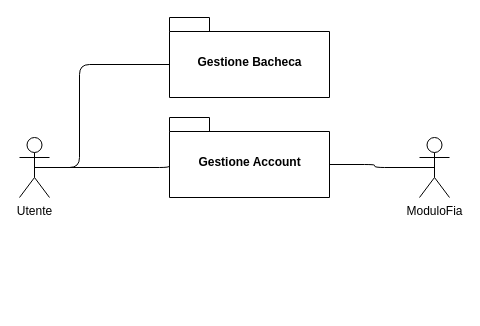
This is page "VIsuale d'insieme" (3 of 3) of Schemi/RAD/DiagrammiUseCaseModel.drawio from EmmanuelEngineer/E.M.A.A., a draw.io file, before an edit. Source tidied: cells renumbered, new cells numbered last; positions are measured from the earlier drawing's top-left corner, leaving out a move shared by most shapes. Both pictures are drawn from the tidied source at 100%, with x=0, y=0 at pixel (19, 17).
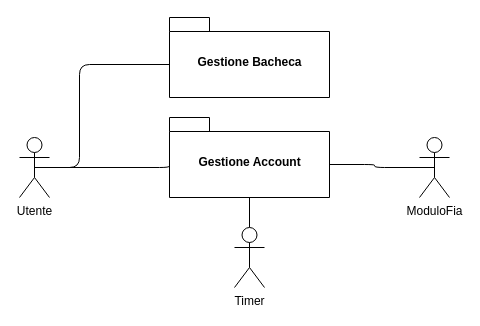
After the change.

The edit, as a diff of the source:
```diff
@@
 <mxGraphModel>
   <root>
     <mxCell id="0" />
     <mxCell id="1" parent="0" />
     <mxCell id="2" value="Utente" style="shape=umlActor;verticalLabelPosition=bottom;verticalAlign=top;html=1;outlineConnect=0;" parent="1" vertex="1">
       <mxGeometry y="120" width="30" height="60" as="geometry" />
     </mxCell>
     <mxCell id="3" style="edgeStyle=orthogonalEdgeStyle;rounded=1;jettySize=auto;html=1;exitX=0;exitY=0;exitDx=0;exitDy=47;exitPerimeter=0;entryX=0.5;entryY=0.5;entryDx=0;entryDy=0;entryPerimeter=0;endArrow=none;endFill=0;" parent="1" edge="1" source="4" target="2">
       <mxGeometry relative="1" as="geometry">
         <Array as="points">
           <mxPoint x="60" y="47" />
           <mxPoint x="60" y="150" />
         </Array>
       </mxGeometry>
     </mxCell>
     <mxCell id="4" value="Gestione Bacheca" style="shape=folder;fontStyle=1;spacingTop=10;tabWidth=40;tabHeight=14;tabPosition=left;html=1;" parent="1" vertex="1">
       <mxGeometry x="150" width="160" height="80" as="geometry" />
     </mxCell>
     <mxCell id="5" style="edgeStyle=orthogonalEdgeStyle;rounded=1;jettySize=auto;html=1;exitX=0;exitY=0;exitDx=0;exitDy=47;exitPerimeter=0;entryX=0.5;entryY=0.5;entryDx=0;entryDy=0;entryPerimeter=0;endArrow=none;endFill=0;" parent="1" edge="1" source="6" target="2">
       <mxGeometry relative="1" as="geometry">
         <Array as="points">
           <mxPoint x="150" y="150" />
         </Array>
       </mxGeometry>
     </mxCell>
     <mxCell id="6" value="Gestione Account" style="shape=folder;fontStyle=1;spacingTop=10;tabWidth=40;tabHeight=14;tabPosition=left;html=1;" parent="1" vertex="1">
       <mxGeometry x="150" y="100" width="160" height="80" as="geometry" />
     </mxCell>
     <mxCell id="7" style="edgeStyle=orthogonalEdgeStyle;rounded=1;jettySize=auto;html=1;exitX=0.5;exitY=0.5;exitDx=0;exitDy=0;exitPerimeter=0;entryX=0;entryY=0;entryDx=160;entryDy=47;entryPerimeter=0;endArrow=none;endFill=0;" parent="1" edge="1" source="8" target="6">
       <mxGeometry relative="1" as="geometry" />
     </mxCell>
     <mxCell id="8" value="ModuloFia" style="shape=umlActor;verticalLabelPosition=bottom;verticalAlign=top;html=1;outlineConnect=0;" parent="1" vertex="1">
       <mxGeometry x="400" y="120" width="30" height="60" as="geometry" />
     </mxCell>
+    <mxCell id="9" style="edgeStyle=orthogonalEdgeStyle;rounded=0;jettySize=auto;html=1;exitX=0.5;exitY=0;exitDx=0;exitDy=0;exitPerimeter=0;endArrow=none;endFill=0;" parent="1" edge="1" source="10" target="6">
+      <mxGeometry relative="1" as="geometry" />
+    </mxCell>
+    <mxCell id="10" value="Timer" style="shape=umlActor;verticalLabelPosition=bottom;verticalAlign=top;html=1;outlineConnect=0;" parent="1" vertex="1">
+      <mxGeometry x="215" y="210" width="30" height="60" as="geometry" />
+    </mxCell>
   </root>
 </mxGraphModel>
```
